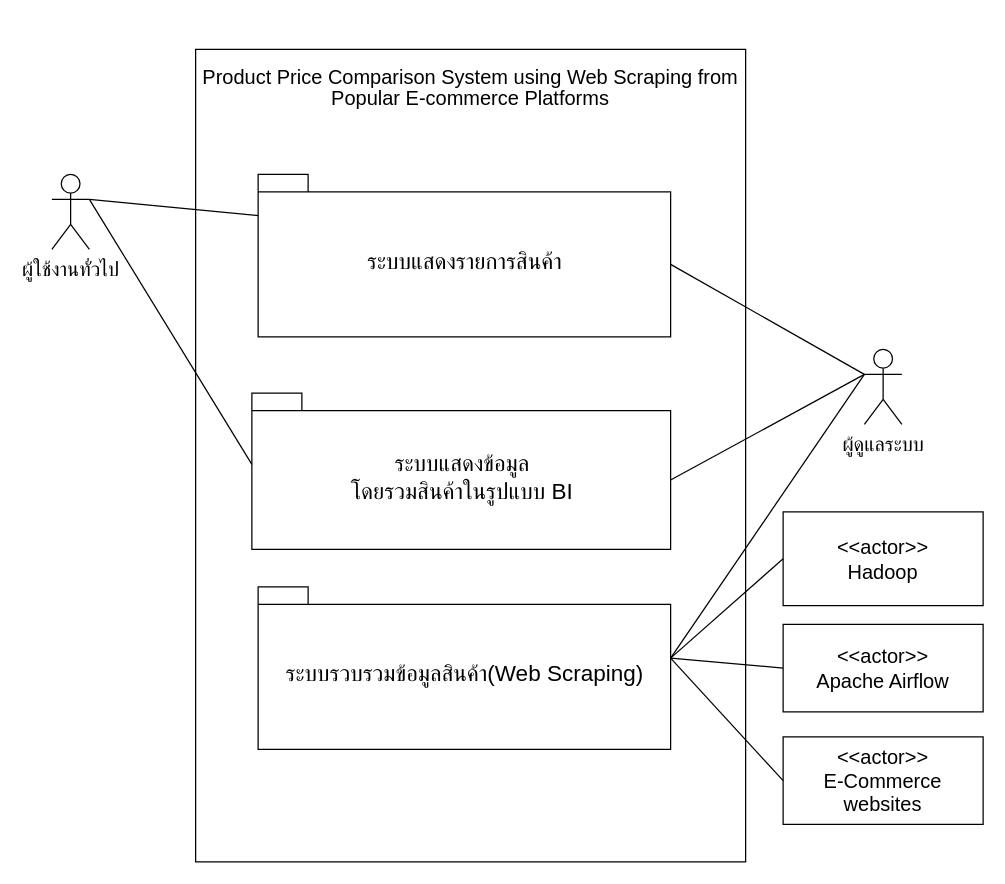
The draw.io diagram Untitled Diagram.drawio in newzyz/Share, before the edit. Source tidied: cells renumbered, new cells numbered last; positions are measured from the earlier drawing's top-left corner, leaving out a move shared by most shapes. Both pictures are drawn from the tidied source at 125%, with x=0, y=0 at pixel (51, 49).
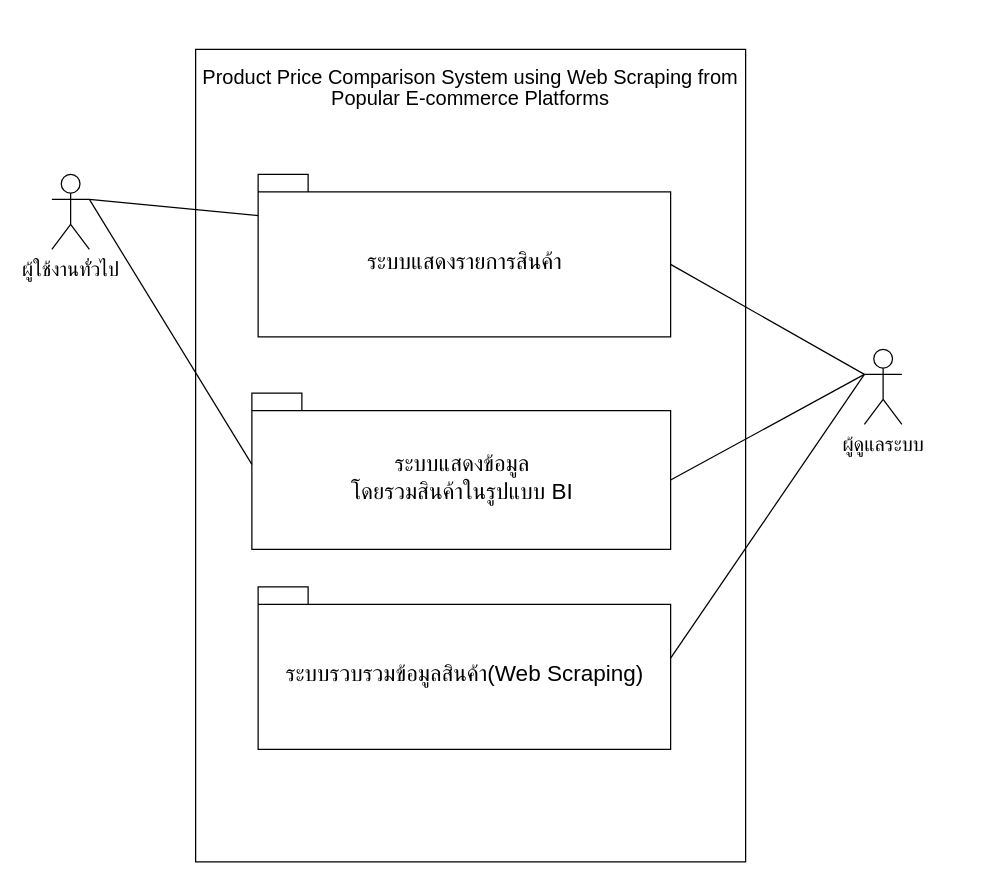
Above is the later version.

The edit, as a diff of the source:
```diff
@@
 <mxGraphModel>
   <root>
     <mxCell id="0" />
     <mxCell id="1" parent="0" />
     <mxCell id="2" value="&lt;span style=&quot;line-height: 107% ; font-family: &amp;#34;calibri&amp;#34; , sans-serif ; font-size: 16px&quot;&gt;&lt;font style=&quot;font-size: 16px&quot;&gt;&lt;br&gt;&lt;br&gt;Product Price Comparison System using Web Scraping from Popular E-commerce Platforms&lt;/font&gt;&lt;/span&gt;" style="rounded=0;whiteSpace=wrap;html=1;spacingTop=-125;spacing=5;spacingBottom=500;" parent="1" vertex="1">
       <mxGeometry x="115" width="440" height="650" as="geometry" />
     </mxCell>
     <mxCell id="3" value="&lt;font style=&quot;font-size: 16px&quot;&gt;ผู้ใช้งานทั่วไป&lt;/font&gt;" style="shape=umlActor;verticalLabelPosition=bottom;verticalAlign=top;html=1;outlineConnect=0;hachureGap=4;" parent="1" vertex="1">
       <mxGeometry y="100" width="30" height="60" as="geometry" />
     </mxCell>
     <mxCell id="4" value="&lt;font style=&quot;font-size: 18px ; font-weight: normal&quot;&gt;ระบบแสดงรายการสินค้า&lt;/font&gt;" style="shape=folder;fontStyle=1;spacingTop=10;tabWidth=40;tabHeight=14;tabPosition=left;html=1;hachureGap=4;" parent="1" vertex="1">
       <mxGeometry x="165" y="100" width="330" height="130" as="geometry" />
     </mxCell>
     <mxCell id="5" style="endArrow=none;html=1;startSize=14;endSize=14;sourcePerimeterSpacing=8;targetPerimeterSpacing=8;entryX=0;entryY=0;entryDx=0;entryDy=33;entryPerimeter=0;exitX=1;exitY=0.3333333333333333;exitDx=0;exitDy=0;exitPerimeter=0;" parent="1" edge="1" source="3" target="4">
       <mxGeometry relative="1" as="geometry" />
     </mxCell>
     <mxCell id="6" value="&lt;font style=&quot;font-size: 18px ; font-weight: normal&quot;&gt;ระบบแสดงข้อมูล&lt;br&gt;โดยรวมสินค้าในรูปแบบ BI&lt;/font&gt;" style="shape=folder;fontStyle=1;spacingTop=10;tabWidth=40;tabHeight=14;tabPosition=left;html=1;hachureGap=4;" parent="1" vertex="1">
       <mxGeometry x="160" y="275" width="335" height="125" as="geometry" />
     </mxCell>
     <mxCell id="7" style="endArrow=none;html=1;startSize=14;endSize=14;sourcePerimeterSpacing=8;targetPerimeterSpacing=8;entryX=1;entryY=0.3333333333333333;entryDx=0;entryDy=0;entryPerimeter=0;exitX=0;exitY=0;exitDx=0;exitDy=57;exitPerimeter=0;" parent="1" edge="1" source="6" target="3">
       <mxGeometry relative="1" as="geometry" />
     </mxCell>
     <mxCell id="8" value="&lt;font style=&quot;font-size: 18px ; font-weight: normal&quot;&gt;ระบบรวบรวมข้อมูลสินค้า(Web Scraping)&lt;/font&gt;" style="shape=folder;fontStyle=1;spacingTop=10;tabWidth=40;tabHeight=14;tabPosition=left;html=1;hachureGap=4;" parent="1" vertex="1">
       <mxGeometry x="165" y="430" width="330" height="130" as="geometry" />
     </mxCell>
-    <mxCell id="9" value="&lt;font style=&quot;font-size: 16px&quot;&gt;&amp;lt;&amp;lt;actor&amp;gt;&amp;gt;&lt;br&gt;E-Commerce websites&lt;/font&gt;" style="rounded=0;whiteSpace=wrap;html=1;hachureGap=4;" parent="1" vertex="1">
-      <mxGeometry x="585" y="550" width="160" height="70" as="geometry" />
-    </mxCell>
-    <mxCell id="10" style="endArrow=none;html=1;entryX=0;entryY=0.5;entryDx=0;entryDy=0;exitX=0;exitY=0;exitDx=330;exitDy=57;exitPerimeter=0;" parent="1" edge="1" source="8" target="9">
-      <mxGeometry relative="1" as="geometry" />
-    </mxCell>
     <mxCell id="11" value="&lt;font style=&quot;font-size: 16px&quot;&gt;ผู้ดูแลระบบ&lt;/font&gt;" style="shape=umlActor;verticalLabelPosition=bottom;verticalAlign=top;html=1;outlineConnect=0;" parent="1" vertex="1">
       <mxGeometry x="650" y="240" width="30" height="60" as="geometry" />
     </mxCell>
     <mxCell id="12" style="endArrow=none;html=1;entryX=0;entryY=0.3333333333333333;entryDx=0;entryDy=0;entryPerimeter=0;exitX=0;exitY=0;exitDx=330;exitDy=57;exitPerimeter=0;" parent="1" edge="1" source="8" target="11">
       <mxGeometry relative="1" as="geometry" />
     </mxCell>
-    <mxCell id="13" value="&lt;font style=&quot;font-size: 16px&quot;&gt;&amp;lt;&amp;lt;actor&amp;gt;&amp;gt;&lt;br&gt;Apache Airflow&lt;/font&gt;" style="rounded=0;whiteSpace=wrap;html=1;" parent="1" vertex="1">
-      <mxGeometry x="585" y="460" width="160" height="70" as="geometry" />
-    </mxCell>
-    <mxCell id="14" style="endArrow=none;html=1;rounded=0;fontSize=16;entryX=0;entryY=0.5;entryDx=0;entryDy=0;exitX=0;exitY=0;exitDx=330;exitDy=57;exitPerimeter=0;" parent="1" edge="1" source="8" target="13">
-      <mxGeometry relative="1" as="geometry" />
-    </mxCell>
-    <mxCell id="15" value="&amp;lt;&amp;lt;actor&amp;gt;&amp;gt;&lt;br&gt;Hadoop" style="rounded=0;whiteSpace=wrap;html=1;fontSize=16;" parent="1" vertex="1">
-      <mxGeometry x="585" y="370" width="160" height="75" as="geometry" />
-    </mxCell>
-    <mxCell id="16" style="endArrow=none;html=1;rounded=0;fontSize=16;entryX=0;entryY=0.5;entryDx=0;entryDy=0;exitX=0;exitY=0;exitDx=330;exitDy=57;exitPerimeter=0;" parent="1" edge="1" source="8" target="15">
-      <mxGeometry relative="1" as="geometry" />
-    </mxCell>
     <mxCell id="17" style="endArrow=none;html=1;rounded=0;entryX=0;entryY=0.3333333333333333;entryDx=0;entryDy=0;entryPerimeter=0;exitX=0;exitY=0;exitDx=335;exitDy=69.5;exitPerimeter=0;" parent="1" edge="1" source="6" target="11">
       <mxGeometry relative="1" as="geometry" />
     </mxCell>
     <mxCell id="18" style="endArrow=none;html=1;rounded=0;entryX=0;entryY=0.3333333333333333;entryDx=0;entryDy=0;entryPerimeter=0;exitX=0;exitY=0;exitDx=330;exitDy=72;exitPerimeter=0;" parent="1" edge="1" source="4" target="11">
       <mxGeometry relative="1" as="geometry" />
     </mxCell>
   </root>
 </mxGraphModel>
```
